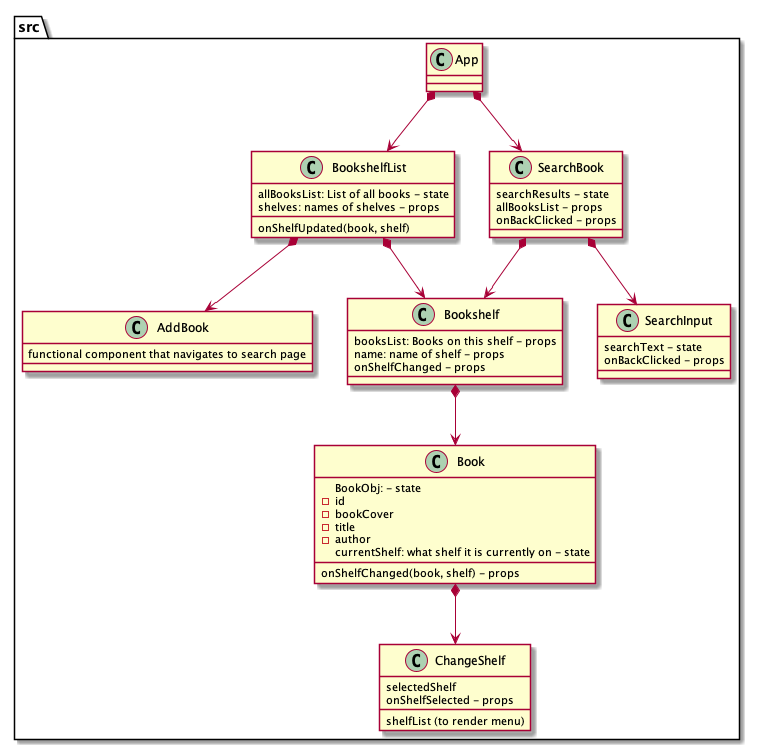
Before: SolutionDesign/myReads-solution-design.png, a diagram exported from PlantUML (katsa9/MyReads).
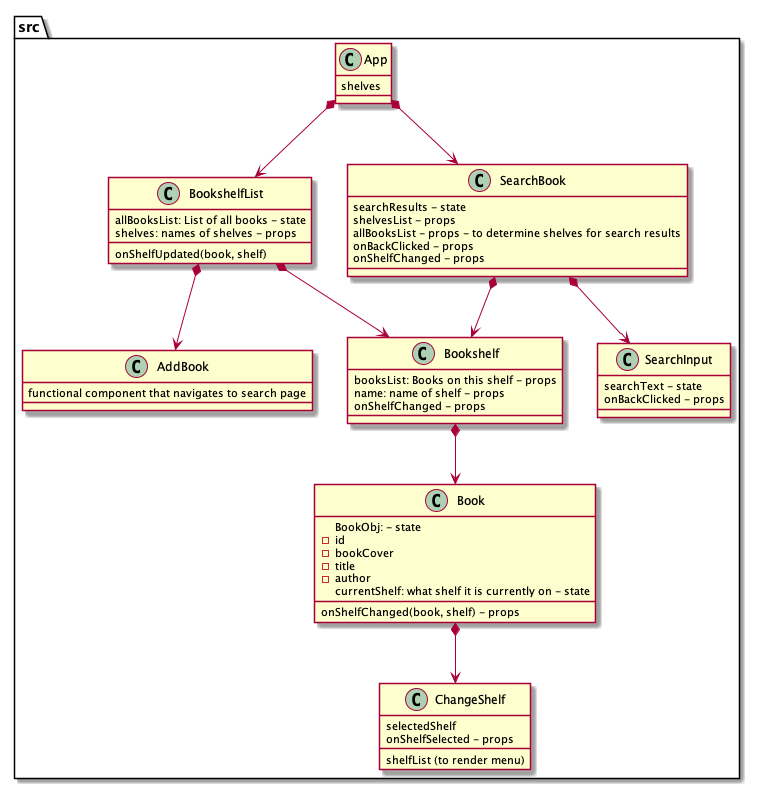
The same diagram one commit later.

Commit message:
chore: update solution design

Diff of the diagram source:
```diff
@@ -2,7 +2,7 @@
 
 package src {
   class App{
-
+    shelves
   }
   class BookshelfList{
     allBooksList: List of all books - state
@@ -34,8 +34,10 @@
   }
   class SearchBook{
     searchResults - state
-    allBooksList - props
+    shelvesList - props
+    allBooksList - props - to determine shelves for search results
     onBackClicked - props
+    onShelfChanged - props
   }
   class SearchInput{
     searchText - state
```
